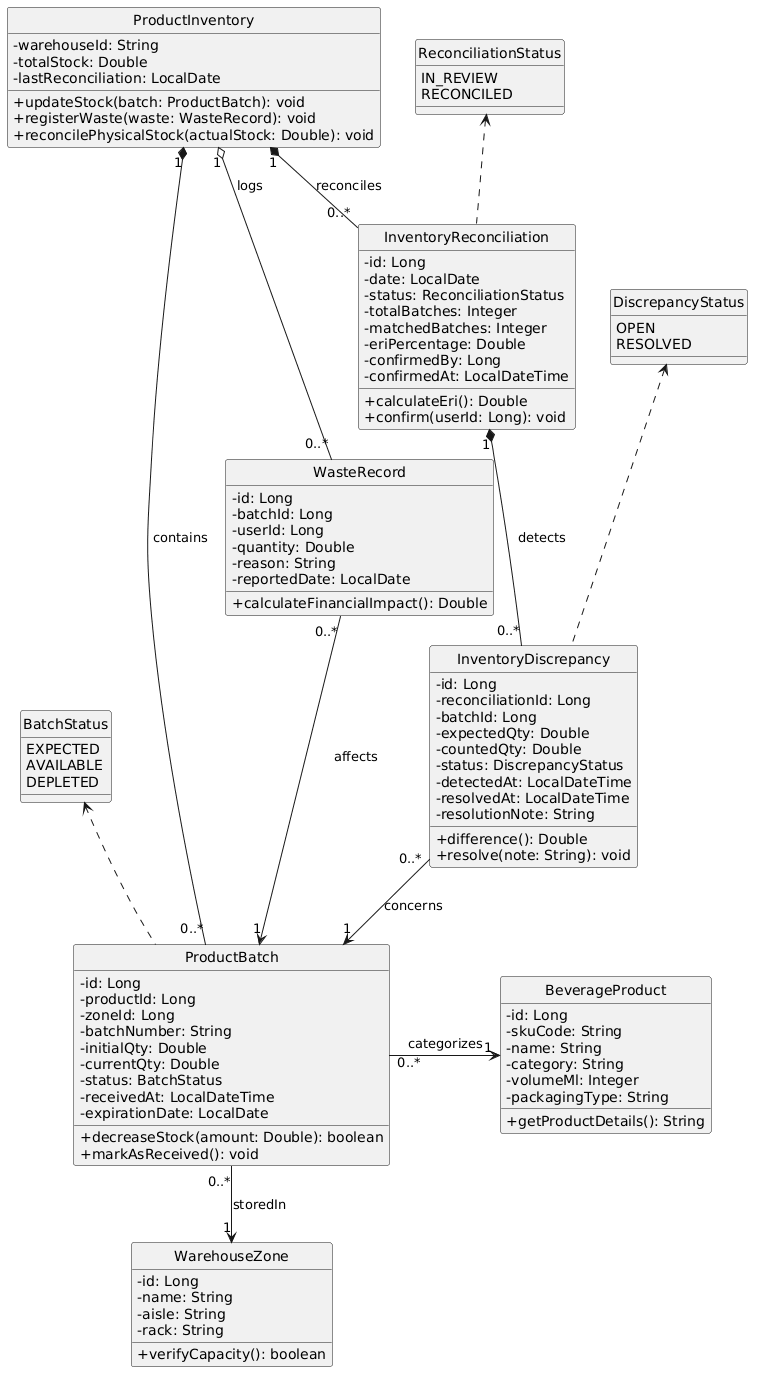
Before: report/assets/Chapter4/db2.png, a diagram exported from PlantUML (Codecraft-16692/BevTrace-Report).
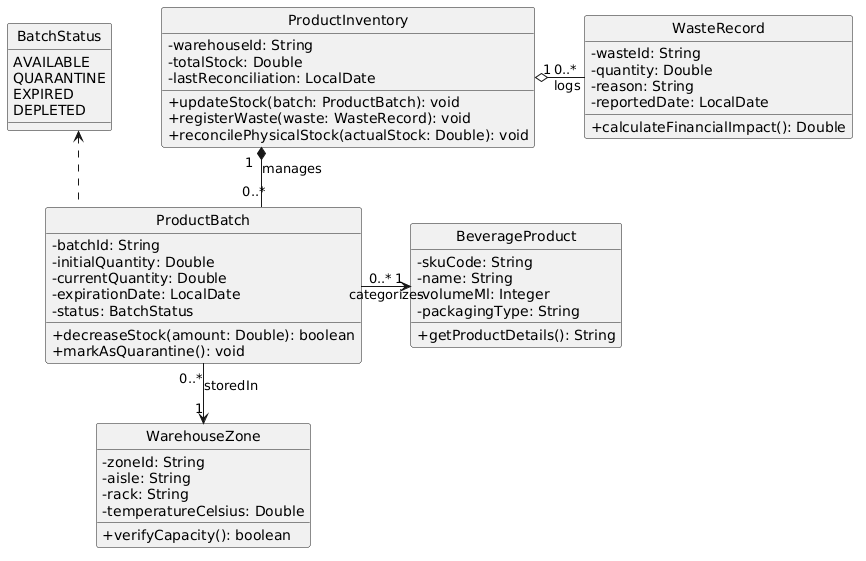
The same file after the commit.

What changed in the source:
```diff
@@ -1,111 +1,63 @@
 @startuml
 skinparam classAttributeIconSize 0
 hide circle
+skinparam linetype ortho
+skinparam nodesep 50
+skinparam ranksep 60
+
+class ProductInventory {
+  - warehouseId: String
+  - totalStock: Double
+  - lastReconciliation: LocalDate
+  + updateStock(batch: ProductBatch): void
+  + registerWaste(waste: WasteRecord): void
+  + reconcilePhysicalStock(actualStock: Double): void
+}
+
+class ProductBatch {
+  - batchId: String
+  - initialQuantity: Double
+  - currentQuantity: Double
+  - expirationDate: LocalDate
+  - status: BatchStatus
+  + decreaseStock(amount: Double): boolean
+  + markAsQuarantine(): void
+}
+
+class BeverageProduct {
+  - skuCode: String
+  - name: String
+  - volumeMl: Integer
+  - packagingType: String
+  + getProductDetails(): String
+}
+
+class WasteRecord {
+  - wasteId: String
+  - quantity: Double
+  - reason: String
+  - reportedDate: LocalDate
+  + calculateFinancialImpact(): Double
+}
+
+class WarehouseZone {
+  - zoneId: String
+  - aisle: String
+  - rack: String
+  - temperatureCelsius: Double
+  + verifyCapacity(): boolean
+}
 
 enum BatchStatus {
-  EXPECTED
   AVAILABLE
+  QUARANTINE
+  EXPIRED
   DEPLETED
 }
 
-enum ReconciliationStatus {
-  IN_REVIEW
-  RECONCILED
-}
-
-enum DiscrepancyStatus {
-  OPEN
-  RESOLVED
-}
-
-class ProductInventory {
-  -warehouseId: String
-  -totalStock: Double
-  -lastReconciliation: LocalDate
-  +updateStock(batch: ProductBatch): void
-  +registerWaste(waste: WasteRecord): void
-  +reconcilePhysicalStock(actualStock: Double): void
-}
-
-class ProductBatch {
-  -id: Long
-  -productId: Long
-  -zoneId: Long
-  -batchNumber: String
-  -initialQty: Double
-  -currentQty: Double
-  -status: BatchStatus
-  -receivedAt: LocalDateTime
-  -expirationDate: LocalDate
-  +decreaseStock(amount: Double): boolean
-  +markAsReceived(): void
-}
-
-class BeverageProduct {
-  -id: Long
-  -skuCode: String
-  -name: String
-  -category: String
-  -volumeMl: Integer
-  -packagingType: String
-  +getProductDetails(): String
-}
-
-class WarehouseZone {
-  -id: Long
-  -name: String
-  -aisle: String
-  -rack: String
-  +verifyCapacity(): boolean
-}
-
-class WasteRecord {
-  -id: Long
-  -batchId: Long
-  -userId: Long
-  -quantity: Double
-  -reason: String
-  -reportedDate: LocalDate
-  +calculateFinancialImpact(): Double
-}
-
-class InventoryReconciliation {
-  -id: Long
-  -date: LocalDate
-  -status: ReconciliationStatus
-  -totalBatches: Integer
-  -matchedBatches: Integer
-  -eriPercentage: Double
-  -confirmedBy: Long
-  -confirmedAt: LocalDateTime
-  +calculateEri(): Double
-  +confirm(userId: Long): void
-}
-
-class InventoryDiscrepancy {
-  -id: Long
-  -reconciliationId: Long
-  -batchId: Long
-  -expectedQty: Double
-  -countedQty: Double
-  -status: DiscrepancyStatus
-  -detectedAt: LocalDateTime
-  -resolvedAt: LocalDateTime
-  -resolutionNote: String
-  +difference(): Double
-  +resolve(note: String): void
-}
-
-BatchStatus <.. ProductBatch
-ReconciliationStatus <.. InventoryReconciliation
-DiscrepancyStatus <.. InventoryDiscrepancy
-
-ProductInventory "1" *-- "0..*" ProductBatch : contains
-ProductInventory "1" o-- "0..*" WasteRecord : logs
-ProductInventory "1" *-- "0..*" InventoryReconciliation : reconciles
-ProductBatch "0..*" -> "1" BeverageProduct : categorizes
+ProductInventory "1" *-down- "0..*" ProductBatch : manages
+ProductBatch "0..*" -right-> "1" BeverageProduct : categorizes
 ProductBatch "0..*" --> "1" WarehouseZone : storedIn
-WasteRecord "0..*" --> "1" ProductBatch : affects
-InventoryReconciliation "1" *-- "0..*" InventoryDiscrepancy : detects
-InventoryDiscrepancy "0..*" --> "1" ProductBatch : concerns
+ProductInventory "1" o-right- "0..*" WasteRecord : logs
+ProductBatch .up.> BatchStatus
 @enduml
```
